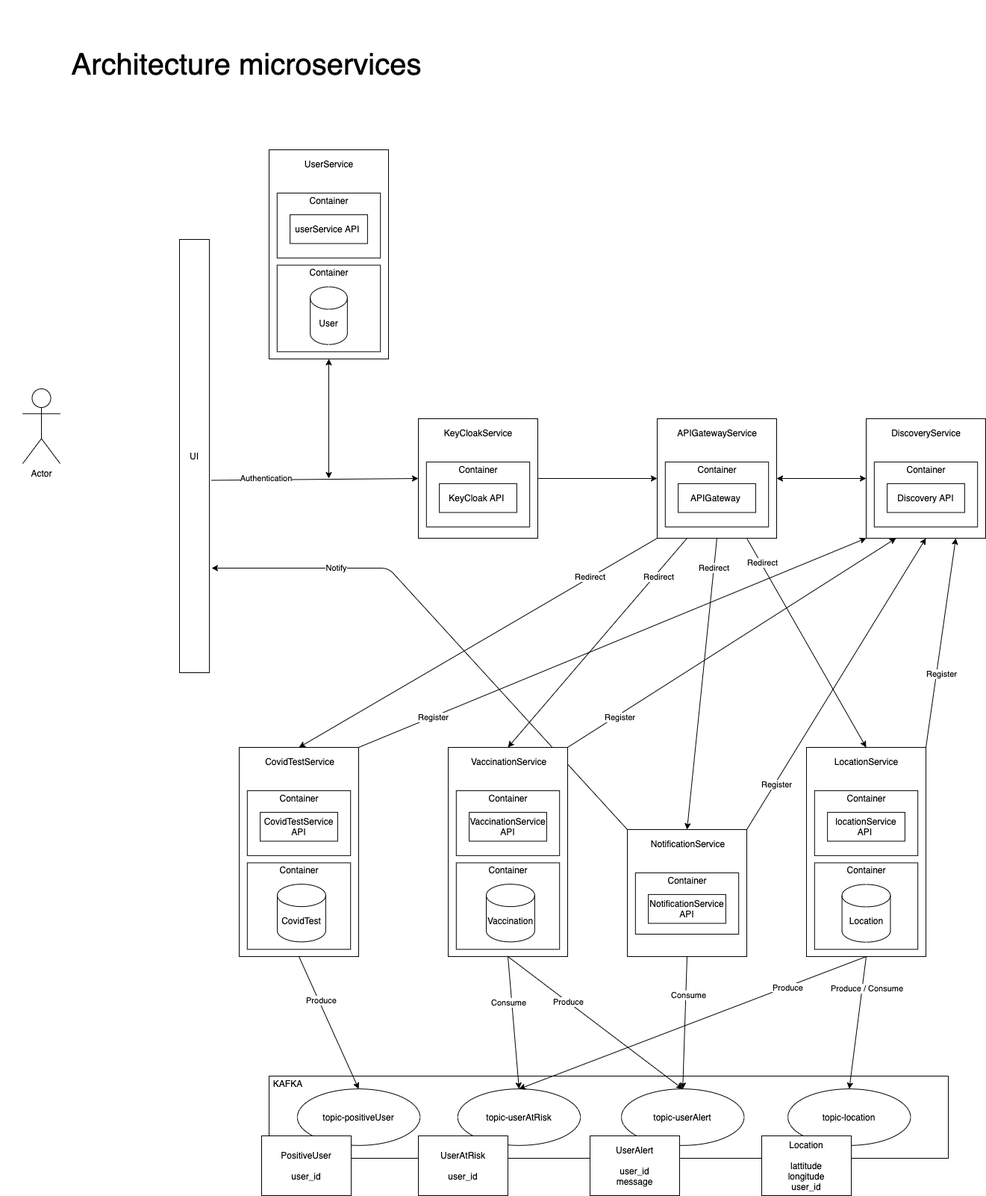
The draw.io diagram Schema.png in AyoubMoujane/covid-alert-services, before a commit. Source tidied: cells renumbered, new cells last; positions are measured from the earlier drawing's top-left corner, leaving out a move shared by most shapes.
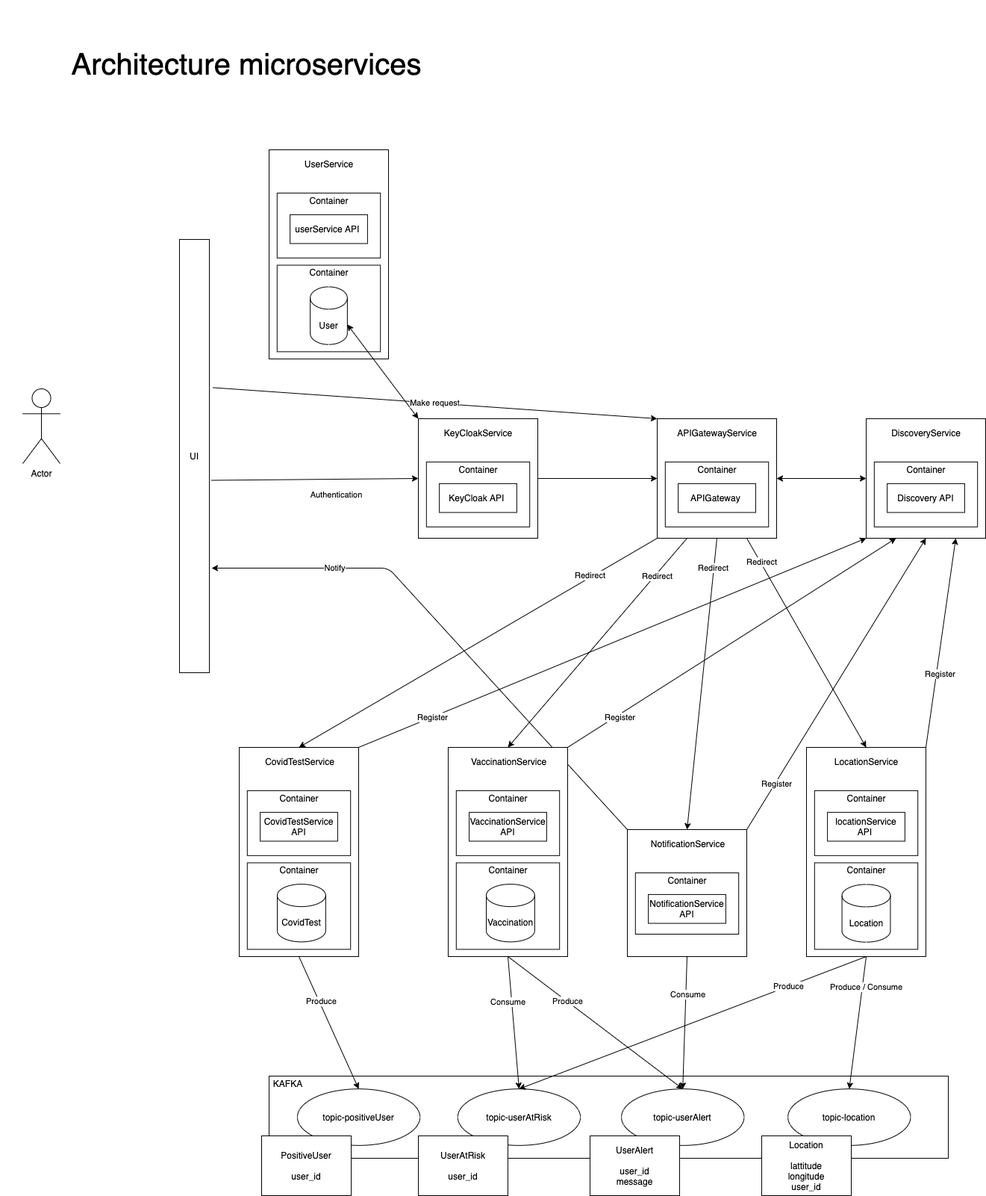
The same file after the commit.

Commit message:
modify architecture microservice schema

Diff of the diagram source:
```diff
@@ -346,15 +346,18 @@
       <mxGeometry relative="1" as="geometry" />
     </mxCell>
     <mxCell id="106" value="Authentication" style="edgeLabel;html=1;align=center;verticalAlign=middle;" parent="105" vertex="1">
-      <mxGeometry x="-0.5" y="3" relative="1" as="geometry" />
+      <mxGeometry x="-0.5" y="3" relative="1" as="geometry">
+        <mxPoint x="97" y="23" as="offset" />
+      </mxGeometry>
     </mxCell>
-    <mxCell id="107" style="endArrow=classic;startArrow=classic;html=1;entryX=0.5;entryY=1;entryDx=0;entryDy=0;" parent="1" edge="1" target="5">
-      <mxGeometry relative="1" as="geometry">
-        <mxPoint x="440" y="640" as="sourcePoint" />
-      </mxGeometry>
+    <mxCell id="107" style="endArrow=classic;startArrow=classic;html=1;entryX=1;entryY=0;entryDx=0;entryDy=50.43103448275862;exitX=0;exitY=0;exitDx=0;exitDy=0;entryPerimeter=0;" parent="1" edge="1" source="14" target="11">
+      <mxGeometry relative="1" as="geometry" />
     </mxCell>
     <mxCell id="108" value="Architecture microservices" style="text;html=1;strokeColor=none;fillColor=none;align=center;verticalAlign=middle;whiteSpace=wrap;rounded=0;fontSize=40;" parent="1" vertex="1">
       <mxGeometry width="660" height="170" as="geometry" />
     </mxCell>
+    <mxCell id="109" value="Make request" style="endArrow=classic;html=1;exitX=1.114;exitY=0.342;exitDx=0;exitDy=0;exitPerimeter=0;entryX=0;entryY=0;entryDx=0;entryDy=0;" parent="1" edge="1" source="68" target="20">
+      <mxGeometry relative="1" as="geometry" />
+    </mxCell>
   </root>
 </mxGraphModel>
```
